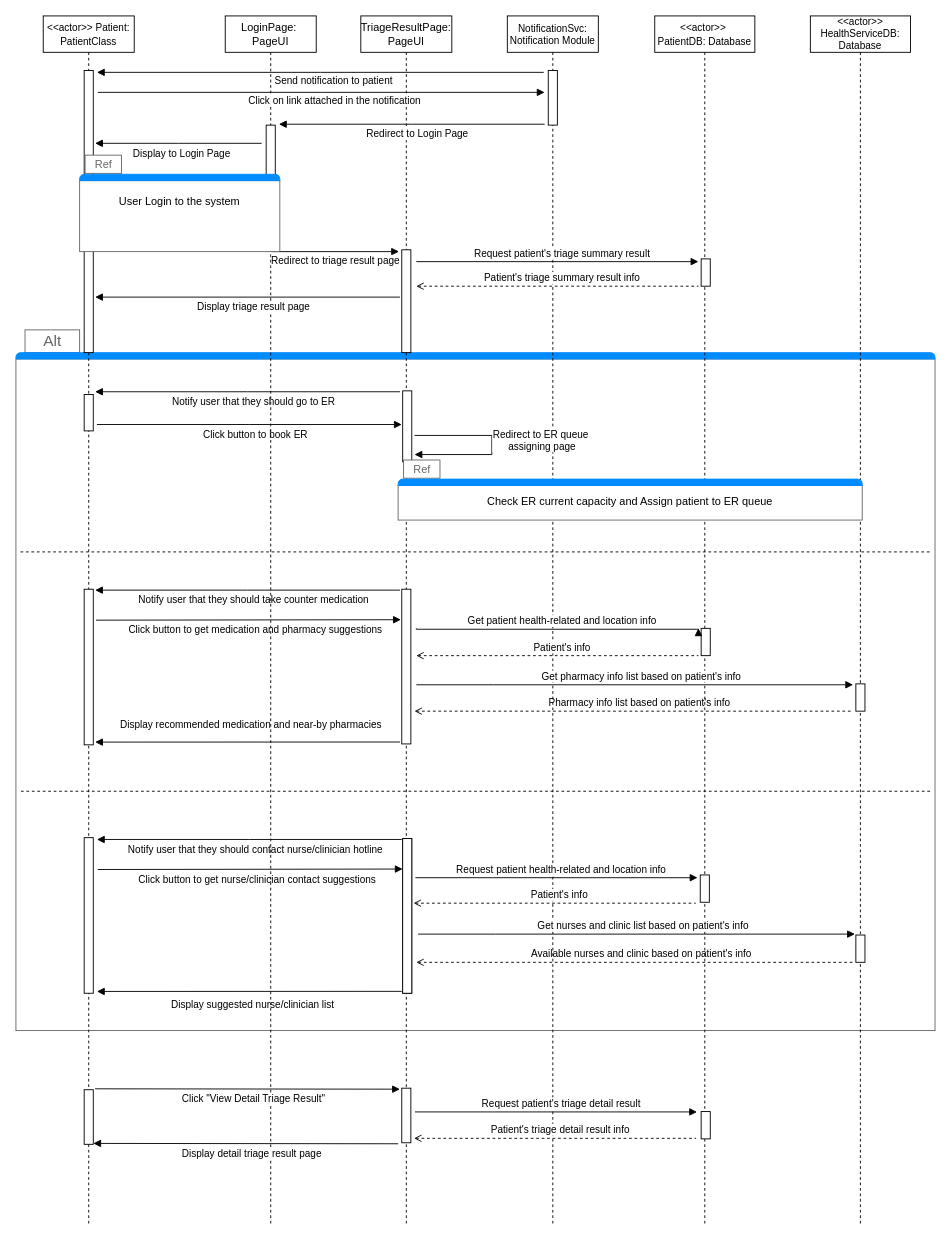
Earlier version of the draw.io diagram Usecases/notify_sequence_diagrram.drawio (uvic-teach/project-m1-team8). Source tidied: cells renumbered, new cells numbered last; positions are measured from the earlier drawing's top-left corner, leaving out a move shared by most shapes. Both pictures are drawn from the tidied source at 91%, with x=0, y=0 at pixel (15, 15).
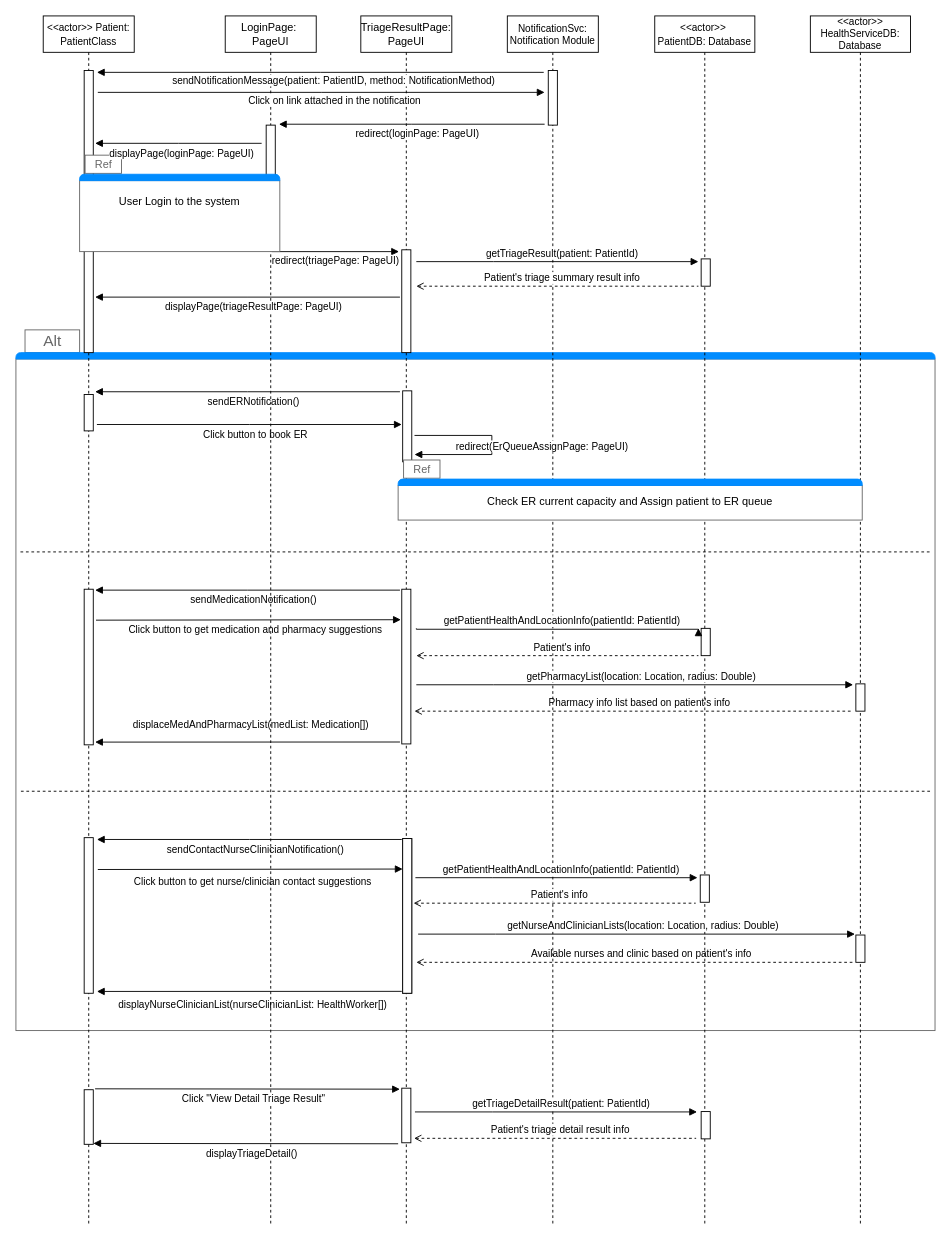
The same page after the edit.

The change refers to these unchanged cells:
```xml
<mxCell id="2" style="strokeWidth=1;shadow=0;dashed=0;align=center;html=1;shape=mxgraph.mockup.containers.marginRect2;rectMarginTop=32;strokeColor=#666666;gradientColor=none;whiteSpace=wrap;" parent="1" vertex="1">
  <mxGeometry y="345" width="1010" height="770" as="geometry" />
</mxCell>
<mxCell id="57" value="&lt;br&gt;&lt;div&gt;&lt;br&gt;&lt;/div&gt;&lt;div&gt;Check ER current capacity and Assign patient to ER queue &lt;/div&gt;" style="strokeWidth=1;shadow=0;dashed=0;align=center;html=1;shape=mxgraph.mockup.containers.marginRect2;rectMarginTop=32;strokeColor=#666666;gradientColor=none;whiteSpace=wrap;fillColor=#FFFFFF;" parent="1" vertex="1">
  <mxGeometry x="420" y="484" width="510" height="70" as="geometry" />
</mxCell>
```

The edit, as a diff of the source:
```diff
@@
-    <mxCell id="5" value="Notify user that they should go to ER" style="html=1;verticalAlign=bottom;endArrow=block;edgeStyle=elbowEdgeStyle;elbow=vertical;curved=0;rounded=0;" parent="2" edge="1">
+    <mxCell id="5" value="sendERNotification()" style="html=1;verticalAlign=bottom;endArrow=block;edgeStyle=elbowEdgeStyle;elbow=vertical;curved=0;rounded=0;" parent="2" edge="1">
       <mxGeometry x="-0.04" y="20" relative="1" as="geometry">
         <mxPoint x="422" y="68" as="sourcePoint" />
         <mxPoint x="87" y="68" as="targetPoint" />
       </mxGeometry>
     </mxCell>
@@
-    <mxCell id="7" value="Notify user that they should take counter medication" style="html=1;verticalAlign=bottom;endArrow=block;edgeStyle=elbowEdgeStyle;elbow=vertical;curved=0;rounded=0;" parent="2" edge="1">
+    <mxCell id="7" value="sendMedicationNotification()" style="html=1;verticalAlign=bottom;endArrow=block;edgeStyle=elbowEdgeStyle;elbow=vertical;curved=0;rounded=0;" parent="2" edge="1">
       <mxGeometry x="-0.04" y="20" relative="1" as="geometry">
         <mxPoint x="422" y="286" as="sourcePoint" />
         <mxPoint x="87" y="286" as="targetPoint" />
       </mxGeometry>
     </mxCell>
@@
-    <mxCell id="9" value="Display recommended medication and near-by pharmacies" style="html=1;verticalAlign=bottom;endArrow=block;edgeStyle=elbowEdgeStyle;elbow=vertical;curved=0;rounded=0;" parent="2" edge="1">
+    <mxCell id="9" value="displaceMedAndPharmacyList(medList: Medication[])" style="html=1;verticalAlign=bottom;endArrow=block;edgeStyle=elbowEdgeStyle;elbow=vertical;curved=0;rounded=0;" parent="2" edge="1">
       <mxGeometry x="-0.03" y="-10" relative="1" as="geometry">
         <mxPoint x="422" y="452.9" as="sourcePoint" />
         <mxPoint x="87" y="452.9" as="targetPoint" />
         <mxPoint x="-1" as="offset" />
       </mxGeometry>
     </mxCell>
@@
-    <mxCell id="12" value="Display suggested nurse/clinician list" style="html=1;verticalAlign=bottom;endArrow=block;edgeStyle=elbowEdgeStyle;elbow=vertical;curved=0;rounded=0;" parent="2" edge="1">
+    <mxCell id="12" value="displayNurseClinicianList(nurseClinicianList: HealthWorker[])" style="html=1;verticalAlign=bottom;endArrow=block;edgeStyle=elbowEdgeStyle;elbow=vertical;curved=0;rounded=0;" parent="2" edge="1">
       <mxGeometry x="-0.02" y="24" relative="1" as="geometry">
         <mxPoint x="424" y="726.9" as="sourcePoint" />
         <mxPoint x="89" y="726.9" as="targetPoint" />
       </mxGeometry>
     </mxCell>
     <mxCell id="13" value="Click button to get nurse/clinician contact suggestions" style="html=1;verticalAlign=bottom;endArrow=none;edgeStyle=elbowEdgeStyle;elbow=vertical;curved=0;rounded=0;startArrow=block;startFill=1;endFill=0;" parent="2" edge="1">
-      <mxGeometry x="-0.04" y="20" relative="1" as="geometry">
+      <mxGeometry x="-0.01" y="23" relative="1" as="geometry">
         <mxPoint x="425" y="592.5" as="sourcePoint" />
         <mxPoint x="90" y="592.5" as="targetPoint" />
       </mxGeometry>
     </mxCell>
-    <mxCell id="14" value="Notify user that they should contact nurse/clinician hotline" style="html=1;verticalAlign=bottom;endArrow=block;edgeStyle=elbowEdgeStyle;elbow=vertical;curved=0;rounded=0;" parent="2" edge="1">
+    <mxCell id="14" value="sendContactNurseClinicianNotification()" style="html=1;verticalAlign=bottom;endArrow=block;edgeStyle=elbowEdgeStyle;elbow=vertical;curved=0;rounded=0;" parent="2" edge="1">
       <mxGeometry x="-0.04" y="20" relative="1" as="geometry">
         <mxPoint x="424" y="560" as="sourcePoint" />
         <mxPoint x="89" y="560" as="targetPoint" />
       </mxGeometry>
     </mxCell>
@@
-    <mxCell id="35" value="Redirect to triage result page" style="html=1;verticalAlign=bottom;endArrow=block;edgeStyle=elbowEdgeStyle;elbow=vertical;curved=0;rounded=0;" parent="1" edge="1">
+    <mxCell id="35" value="redirect(triagePage: PageUI)" style="html=1;verticalAlign=bottom;endArrow=block;edgeStyle=elbowEdgeStyle;elbow=vertical;curved=0;rounded=0;" parent="1" edge="1">
       <mxGeometry y="-19" relative="1" as="geometry">
         <mxPoint x="281" y="259" as="sourcePoint" />
         <mxPoint x="421" y="259" as="targetPoint" />
         <Array as="points">
           <mxPoint x="366" y="259" />
         </Array>
       </mxGeometry>
     </mxCell>
-    <mxCell id="36" value="Display triage result page" style="html=1;verticalAlign=bottom;endArrow=block;edgeStyle=elbowEdgeStyle;elbow=horizontal;curved=0;rounded=0;" parent="1" edge="1">
+    <mxCell id="36" value="displayPage(triageResultPage: PageUI)" style="html=1;verticalAlign=bottom;endArrow=block;edgeStyle=elbowEdgeStyle;elbow=horizontal;curved=0;rounded=0;" parent="1" edge="1">
       <mxGeometry x="-0.04" y="20" relative="1" as="geometry">
         <mxPoint x="422" y="309" as="sourcePoint" />
         <mxPoint x="87" y="309" as="targetPoint" />
       </mxGeometry>
     </mxCell>
-    <mxCell id="37" value="Request patient's triage summary result" style="html=1;verticalAlign=bottom;endArrow=block;edgeStyle=elbowEdgeStyle;elbow=horizontal;curved=0;rounded=0;" parent="1" edge="1">
+    <mxCell id="37" value="getTriageResult(patient: PatientId)" style="html=1;verticalAlign=bottom;endArrow=block;edgeStyle=elbowEdgeStyle;elbow=horizontal;curved=0;rounded=0;" parent="1" edge="1">
       <mxGeometry x="0.03" relative="1" as="geometry">
         <mxPoint x="440" y="270" as="sourcePoint" />
         <mxPoint x="750" y="270" as="targetPoint" />
         <Array as="points">
           <mxPoint x="525" y="271" />
         </Array>
       </mxGeometry>
     </mxCell>
@@
-    <mxCell id="42" value="Get patient health-related and location info" style="html=1;verticalAlign=bottom;endArrow=block;edgeStyle=elbowEdgeStyle;elbow=vertical;curved=0;rounded=0;" parent="1" edge="1">
+    <mxCell id="42" value="getPatientHealthAndLocationInfo(patientId: PatientId)" style="html=1;verticalAlign=bottom;endArrow=block;edgeStyle=elbowEdgeStyle;elbow=vertical;curved=0;rounded=0;" parent="1" edge="1">
       <mxGeometry x="0.03" relative="1" as="geometry">
         <mxPoint x="440" y="673" as="sourcePoint" />
         <mxPoint x="750" y="673" as="targetPoint" />
         <Array as="points">
           <mxPoint x="525" y="674" />
         </Array>
       </mxGeometry>
     </mxCell>
@@
-    <mxCell id="49" value="Get pharmacy info list based on patient's info" style="html=1;verticalAlign=bottom;endArrow=block;edgeStyle=elbowEdgeStyle;elbow=horizontal;curved=0;rounded=0;" parent="1" edge="1">
+    <mxCell id="49" value="getPharmacyList(location: Location, radius: Double)" style="html=1;verticalAlign=bottom;endArrow=block;edgeStyle=elbowEdgeStyle;elbow=horizontal;curved=0;rounded=0;" parent="1" edge="1">
       <mxGeometry x="0.03" relative="1" as="geometry">
         <mxPoint x="440" y="735" as="sourcePoint" />
         <mxPoint x="920" y="735" as="targetPoint" />
         <Array as="points">
           <mxPoint x="525" y="736" />
         </Array>
       </mxGeometry>
     </mxCell>
@@
-    <mxCell id="51" value="Display detail triage result page" style="html=1;verticalAlign=bottom;endArrow=block;edgeStyle=elbowEdgeStyle;elbow=vertical;curved=0;rounded=0;" parent="1" edge="1">
+    <mxCell id="51" value="displayTriageDetail()" style="html=1;verticalAlign=bottom;endArrow=block;edgeStyle=elbowEdgeStyle;elbow=vertical;curved=0;rounded=0;" parent="1" edge="1">
       <mxGeometry x="-0.04" y="20" relative="1" as="geometry">
         <mxPoint x="420" y="1239.4" as="sourcePoint" />
         <mxPoint x="85" y="1239.4" as="targetPoint" />
       </mxGeometry>
     </mxCell>
@@
-    <mxCell id="53" value="Request patient's triage detail result" style="html=1;verticalAlign=bottom;endArrow=block;edgeStyle=elbowEdgeStyle;elbow=horizontal;curved=0;rounded=0;" parent="1" edge="1">
+    <mxCell id="53" value="getTriageDetailResult(patient: PatientId)" style="html=1;verticalAlign=bottom;endArrow=block;edgeStyle=elbowEdgeStyle;elbow=horizontal;curved=0;rounded=0;" parent="1" edge="1">
       <mxGeometry x="0.03" relative="1" as="geometry">
         <mxPoint x="438.5" y="1204.4" as="sourcePoint" />
         <mxPoint x="748.5" y="1204.4" as="targetPoint" />
         <Array as="points">
           <mxPoint x="523.5" y="1205.4" />
         </Array>
       </mxGeometry>
     </mxCell>
@@
-    <mxCell id="55" value="Request patient health-related and location info" style="html=1;verticalAlign=bottom;endArrow=block;edgeStyle=elbowEdgeStyle;elbow=horizontal;curved=0;rounded=0;" parent="1" edge="1">
+    <mxCell id="55" value="getPatientHealthAndLocationInfo(patientId: PatientId)" style="html=1;verticalAlign=bottom;endArrow=block;edgeStyle=elbowEdgeStyle;elbow=horizontal;curved=0;rounded=0;" parent="1" edge="1">
       <mxGeometry x="0.03" relative="1" as="geometry">
         <mxPoint x="439" y="947" as="sourcePoint" />
         <mxPoint x="749" y="947" as="targetPoint" />
         <Array as="points">
           <mxPoint x="524" y="948" />
         </Array>
       </mxGeometry>
     </mxCell>
-    <mxCell id="56" value="Get nurses and clinic list based on patient's info" style="html=1;verticalAlign=bottom;endArrow=block;edgeStyle=elbowEdgeStyle;elbow=horizontal;curved=0;rounded=0;" parent="1" edge="1">
+    <mxCell id="56" value="getNurseAndClinicianLists(location: Location, radius: Double)" style="html=1;verticalAlign=bottom;endArrow=block;edgeStyle=elbowEdgeStyle;elbow=horizontal;curved=0;rounded=0;" parent="1" edge="1">
       <mxGeometry x="0.03" relative="1" as="geometry">
         <mxPoint x="442" y="1009" as="sourcePoint" />
         <mxPoint x="922" y="1009" as="targetPoint" />
         <Array as="points">
           <mxPoint x="527" y="1010" />
         </Array>
       </mxGeometry>
     </mxCell>
@@
-    <mxCell id="60" value="&lt;div&gt;Redirect to ER queue&amp;nbsp;&lt;/div&gt;&lt;div&gt;assigning page&lt;/div&gt;" style="html=1;verticalAlign=bottom;endArrow=block;edgeStyle=elbowEdgeStyle;elbow=horizontal;curved=0;rounded=0;" parent="57" edge="1">
+    <mxCell id="60" value="redirect(ErQueueAssignPage: PageUI)" style="html=1;verticalAlign=bottom;endArrow=block;edgeStyle=elbowEdgeStyle;elbow=horizontal;curved=0;rounded=0;" parent="57" edge="1">
       <mxGeometry x="0.11" y="-55" relative="1" as="geometry">
         <mxPoint x="18" y="-23" as="sourcePoint" />
         <mxPoint x="18" y="-2" as="targetPoint" />
         <Array as="points">
           <mxPoint x="103" y="-22" />
         </Array>
         <mxPoint x="55" y="55" as="offset" />
       </mxGeometry>
     </mxCell>
@@
-    <mxCell id="63" value="Send notification to patient" style="html=1;verticalAlign=bottom;endArrow=block;edgeStyle=elbowEdgeStyle;elbow=vertical;curved=0;rounded=0;" parent="1" edge="1">
+    <mxCell id="63" value="sendNotificationMessage(patient: PatientID, method: NotificationMethod)" style="html=1;verticalAlign=bottom;endArrow=block;edgeStyle=elbowEdgeStyle;elbow=vertical;curved=0;rounded=0;" parent="1" edge="1">
       <mxGeometry x="-0.06" y="18" relative="1" as="geometry">
         <mxPoint x="580" y="62" as="sourcePoint" />
         <mxPoint x="89" y="62" as="targetPoint" />
       </mxGeometry>
     </mxCell>
@@
-    <mxCell id="65" value="Redirect to Login Page" style="html=1;verticalAlign=bottom;endArrow=block;edgeStyle=elbowEdgeStyle;elbow=vertical;curved=0;rounded=0;" parent="1" edge="1">
+    <mxCell id="65" value="redirect(loginPage: PageUI)" style="html=1;verticalAlign=bottom;endArrow=block;edgeStyle=elbowEdgeStyle;elbow=vertical;curved=0;rounded=0;" parent="1" edge="1">
       <mxGeometry x="-0.04" y="20" relative="1" as="geometry">
         <mxPoint x="581" y="119" as="sourcePoint" />
         <mxPoint x="289" y="119" as="targetPoint" />
       </mxGeometry>
     </mxCell>
-    <mxCell id="66" value="Display to Login Page" style="html=1;verticalAlign=bottom;endArrow=block;edgeStyle=elbowEdgeStyle;elbow=vertical;curved=0;rounded=0;" parent="1" edge="1">
+    <mxCell id="66" value="displayPage(loginPage: PageUI)" style="html=1;verticalAlign=bottom;endArrow=block;edgeStyle=elbowEdgeStyle;elbow=vertical;curved=0;rounded=0;" parent="1" edge="1">
       <mxGeometry x="-0.04" y="20" relative="1" as="geometry">
         <mxPoint x="270" y="140" as="sourcePoint" />
         <mxPoint x="87" y="140" as="targetPoint" />
       </mxGeometry>
     </mxCell>
```
